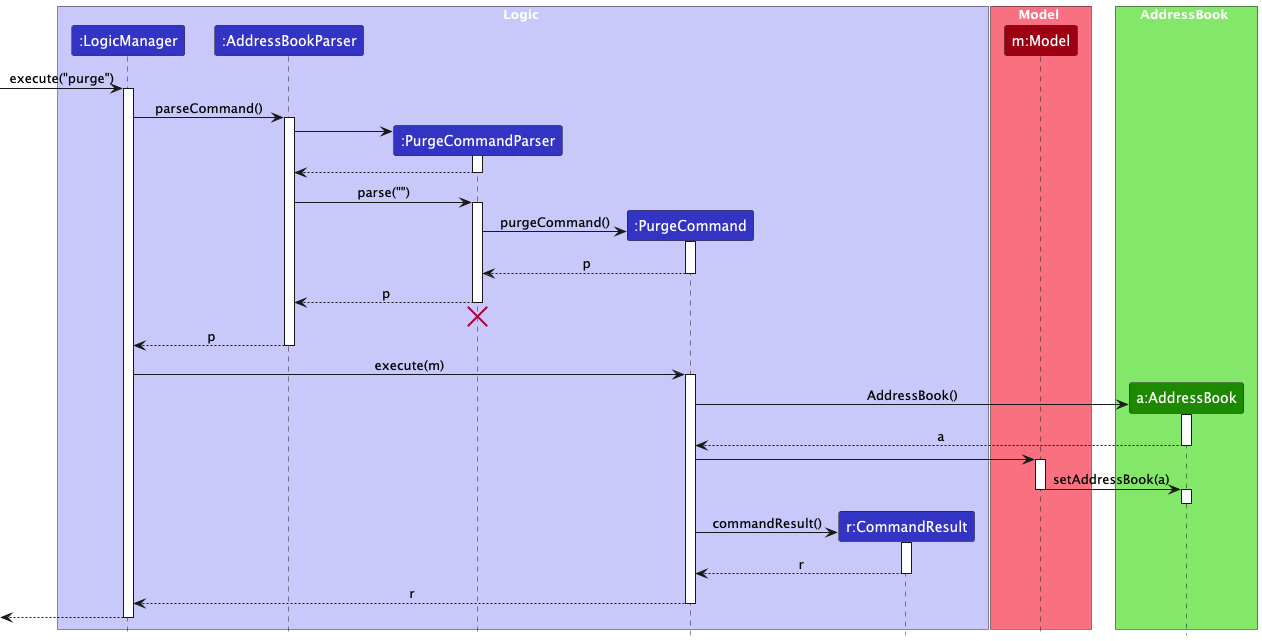
The PlantUML diagram docs/images/PurgeSequenceDiagram.png in GaaneshT/tp, before a commit. Its diagram source:
```plantuml
@startuml
!include style.puml
skinparam ArrowFontStyle plain


box Logic LOGIC_COLOR_T1
participant ":LogicManager" as LogicManager LOGIC_COLOR
participant ":AddressBookParser" as AddressBookParser LOGIC_COLOR
participant ":PurgeCommandParser" as PurgeCommandParser LOGIC_COLOR
participant ":PurgeCommand" as PurgeCommand LOGIC_COLOR
participant "r:CommandResult" as CommandResult LOGIC_COLOR
end box


box Model MODEL_COLOR_T1
participant "m:Model" as Model MODEL_COLOR
end box

box AddressBook UI_COLOR_T1
participant "a:AddressBook" as AddressBook UI_COLOR
end box

[-> LogicManager : execute("purge")
activate LogicManager

LogicManager -> AddressBookParser: parseCommand()
activate AddressBookParser

create PurgeCommandParser
AddressBookParser -> PurgeCommandParser :
activate PurgeCommandParser

PurgeCommandParser --> AddressBookParser
deactivate PurgeCommandParser


AddressBookParser -> PurgeCommandParser: parse("")

activate PurgeCommandParser

create PurgeCommand
PurgeCommandParser -> PurgeCommand:purgeCommand()
activate PurgeCommand

PurgeCommand --> PurgeCommandParser : p
deactivate PurgeCommand


PurgeCommandParser --> AddressBookParser : p
deactivate PurgeCommandParser
PurgeCommandParser -[hidden]-> AddressBookParser
destroy PurgeCommandParser

AddressBookParser --> LogicManager : p
deactivate AddressBookParser

LogicManager -> PurgeCommand : execute(m)
activate PurgeCommand

create AddressBook
PurgeCommand -> AddressBook : AddressBook()
activate AddressBook
AddressBook --> PurgeCommand : a
deactivate AddressBook

PurgeCommand -> Model
activate Model
Model -> AddressBook : setAddressBook(a)
deactivate Model
activate AddressBook
AddressBook -[hidden]-> PurgeCommand
deactivate AddressBook


create CommandResult
PurgeCommand -> CommandResult : commandResult()
activate CommandResult

CommandResult --> PurgeCommand : r
deactivate CommandResult

PurgeCommand --> LogicManager : r
deactivate PurgeCommand

[<--LogicManager
deactivate LogicManager
@enduml
```
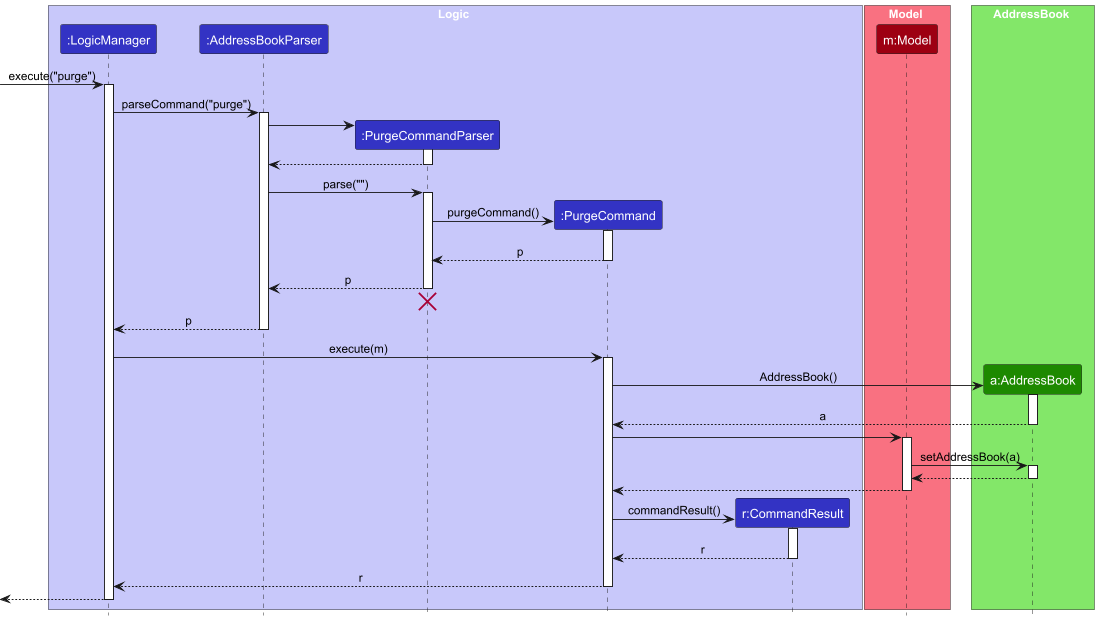
Above is the later version.

The edit, as a diff of the source:
```diff
@@ -23,7 +23,7 @@
 [-> LogicManager : execute("purge")
 activate LogicManager
 
-LogicManager -> AddressBookParser: parseCommand()
+LogicManager -> AddressBookParser: parseCommand("purge")
 activate AddressBookParser
 
 create PurgeCommandParser
@@ -66,10 +66,11 @@
 PurgeCommand -> Model
 activate Model
 Model -> AddressBook : setAddressBook(a)
+activate AddressBook
+AddressBook --> Model
+deactivate AddressBook
+Model --> PurgeCommand
 deactivate Model
-activate AddressBook
-AddressBook -[hidden]-> PurgeCommand
-deactivate AddressBook
 
 
 create CommandResult
```
